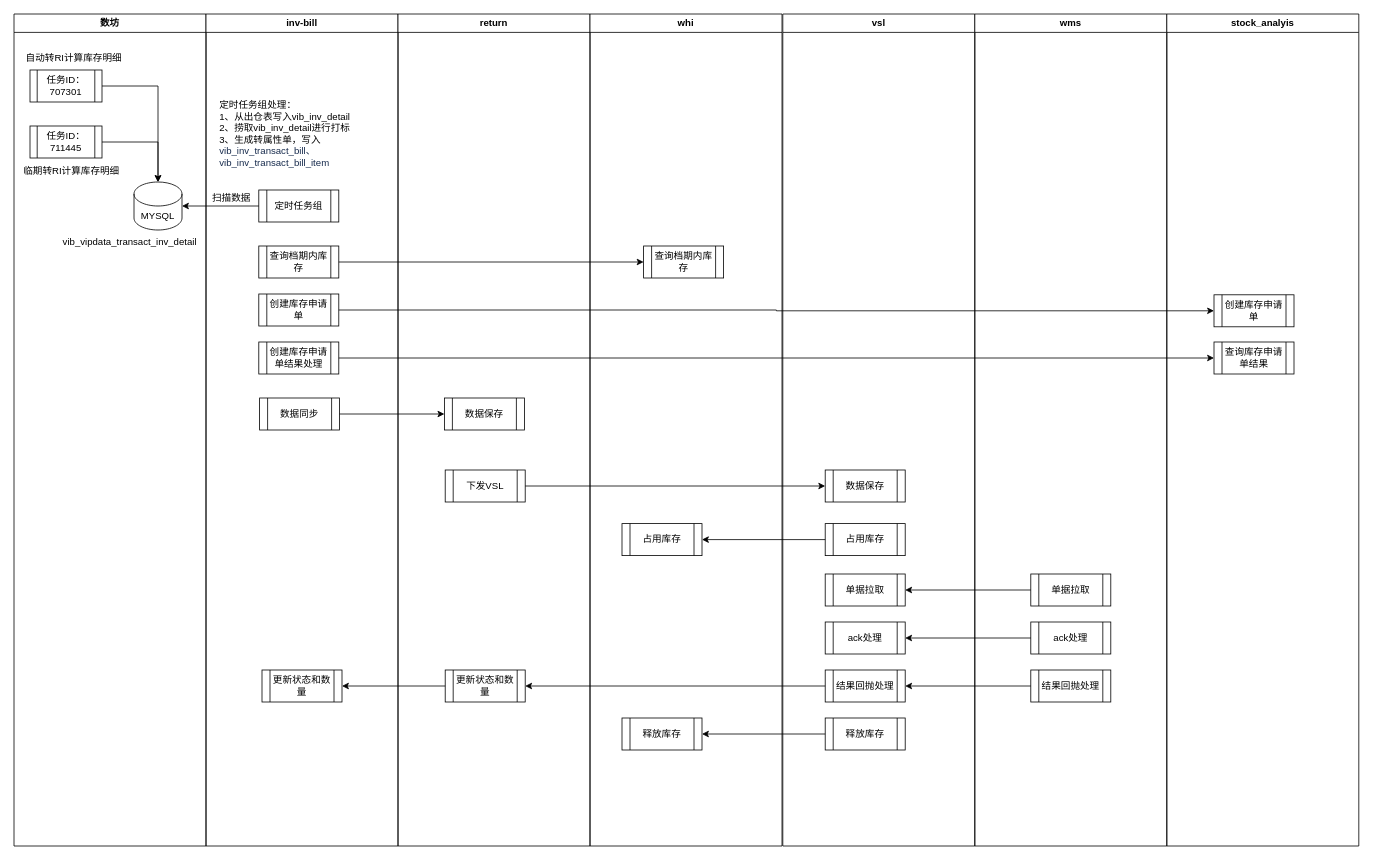
The draw.io diagram page "自动转RI" (6 of 7) of IPD.drawio in vvhard/draw_io, before the edit. Source tidied: cells renumbered, new cells numbered last; positions are measured from the earlier drawing's top-left corner, leaving out a move shared by most shapes. Both pictures are drawn from the tidied source at 80%, with x=0, y=0 at pixel (14, 14).
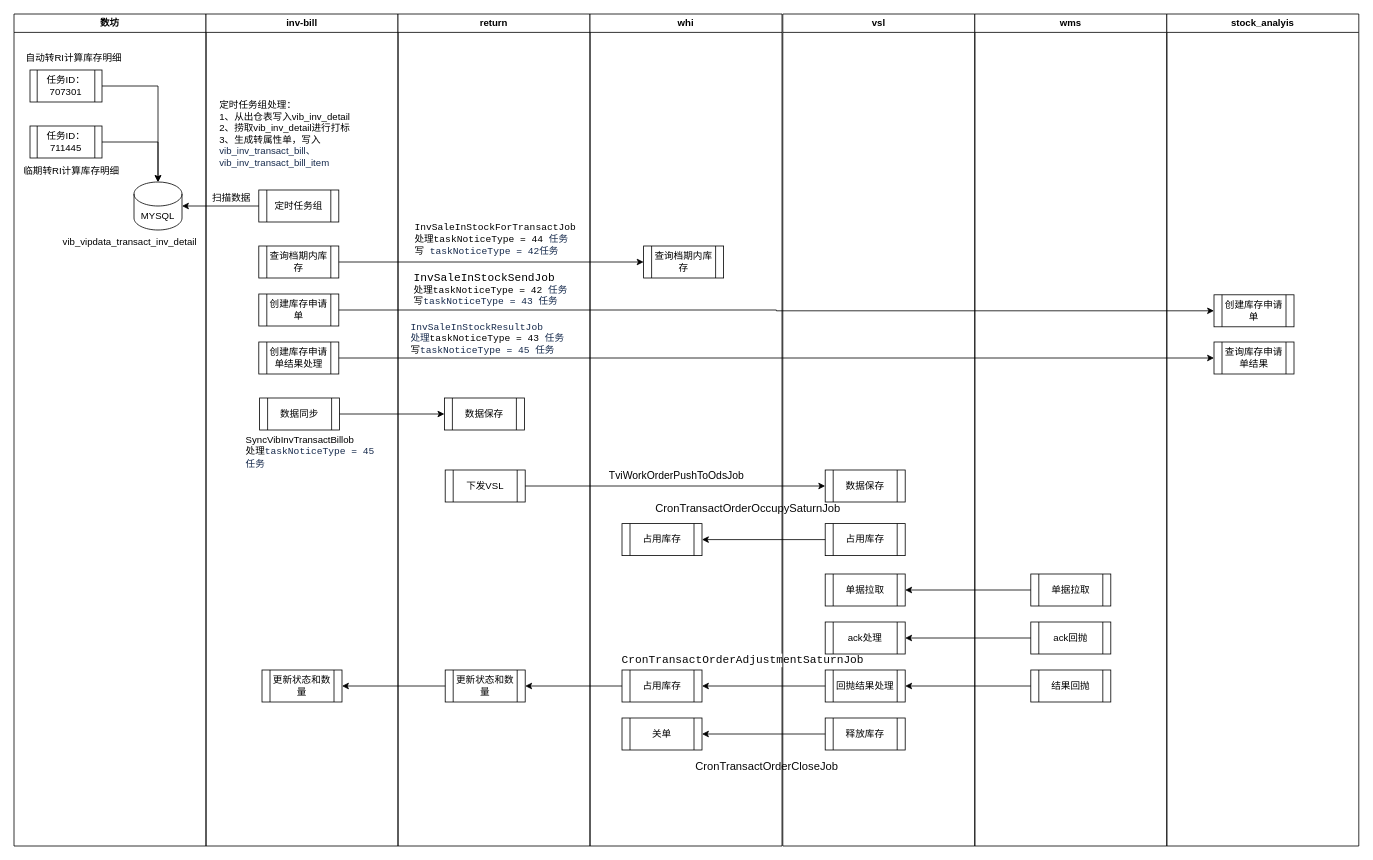
Above is the later version.

The change refers to these unchanged cells:
```xml
<mxCell id="11" value="inv-bill" style="swimlane;whiteSpace=wrap;html=1;" parent="1" vertex="1">
  <mxGeometry x="240" width="240" height="1040" as="geometry" />
</mxCell>
<mxCell id="19" value="return" style="swimlane;whiteSpace=wrap;html=1;" parent="1" vertex="1">
  <mxGeometry x="480" width="240" height="1040" as="geometry" />
</mxCell>
<mxCell id="26" value="更新状态和数量" style="shape=process;whiteSpace=wrap;html=1;backgroundOutline=1;" parent="19" vertex="1">
  <mxGeometry x="59" y="820" width="100" height="40" as="geometry" />
</mxCell>
<mxCell id="27" value="whi" style="swimlane;whiteSpace=wrap;html=1;" parent="1" vertex="1">
  <mxGeometry x="720" width="240" height="1040" as="geometry" />
</mxCell>
<mxCell id="31" value="vsl" style="swimlane;whiteSpace=wrap;html=1;" parent="1" vertex="1">
  <mxGeometry x="961" width="240" height="1040" as="geometry" />
</mxCell>
<mxCell id="38" value="wms" style="swimlane;whiteSpace=wrap;html=1;" parent="1" vertex="1">
  <mxGeometry x="1201" width="240" height="1040" as="geometry" />
</mxCell>
```

Change to the diagram source:
```diff
@@
+    <mxCell id="55" value="&lt;span style=&quot;&quot;&gt;SyncVibInvTransactBillob&lt;/span&gt;&lt;div style=&quot;&quot;&gt;处理&lt;span style=&quot;background-color: light-dark(rgb(255, 255, 255), rgb(18, 18, 18)); color: light-dark(rgb(23, 43, 77), rgb(186, 203, 232)); font-family: ConfluenceInstalledFont, monospace;&quot;&gt;taskNoticeType = 45 任务&lt;/span&gt;&lt;/div&gt;" style="text;html=1;align=left;verticalAlign=middle;whiteSpace=wrap;rounded=0;" parent="11" vertex="1">
+      <mxGeometry x="48" y="530" width="171" height="36" as="geometry" />
+    </mxCell>
@@
+    <mxCell id="56" value="&lt;pre style=&quot;margin: 0px; padding: 0px; font-family: ConfluenceInstalledFont, monospace; color: rgb(23, 43, 77); font-size: 14px; background-color: rgb(255, 255, 255);&quot;&gt;&lt;span style=&quot;color: rgb(0, 0, 0);&quot;&gt;InvSaleInStockSendJob&lt;/span&gt;&lt;/pre&gt;&lt;pre style=&quot;margin: 0px; padding: 0px; font-family: ConfluenceInstalledFont, monospace; color: rgb(23, 43, 77); font-size: 14px; background-color: rgb(255, 255, 255);&quot;&gt;&lt;span style=&quot;color: rgb(0, 0, 0);&quot;&gt;&lt;pre style=&quot;font-size: 12px; margin: 0px; padding: 0px; font-family: ConfluenceInstalledFont, monospace; color: rgb(23, 43, 77); background-color: rgb(255, 255, 255);&quot;&gt;&lt;span style=&quot;color: rgb(0, 0, 0);&quot;&gt;处理taskNoticeType = 42 &lt;/span&gt;任务&lt;/pre&gt;&lt;pre style=&quot;font-size: 12px; margin: 0px; padding: 0px; font-family: ConfluenceInstalledFont, monospace; color: rgb(23, 43, 77); background-color: rgb(255, 255, 255);&quot;&gt;&lt;span style=&quot;color: rgb(0, 0, 0);&quot;&gt;写&lt;/span&gt;taskNoticeType = 43 任务&lt;/pre&gt;&lt;/span&gt;&lt;/pre&gt;" style="text;html=1;align=left;verticalAlign=middle;whiteSpace=wrap;rounded=0;" parent="19" vertex="1">
+      <mxGeometry x="17.5" y="319" width="185" height="50" as="geometry" />
+    </mxCell>
+    <mxCell id="57" value="&lt;pre style=&quot;margin: 0px; padding: 0px; font-family: ConfluenceInstalledFont, monospace; color: rgb(23, 43, 77); background-color: rgb(255, 255, 255);&quot;&gt;&lt;span style=&quot;color: rgb(0, 0, 0);&quot;&gt;&lt;font&gt;InvSaleInStockForTransactJob &lt;/font&gt;&lt;/span&gt;&lt;/pre&gt;&lt;pre style=&quot;margin: 0px; padding: 0px; font-family: ConfluenceInstalledFont, monospace; color: rgb(23, 43, 77); background-color: rgb(255, 255, 255);&quot;&gt;&lt;span style=&quot;color: rgb(0, 0, 0);&quot;&gt;&lt;font&gt;处理taskNoticeType = 44 &lt;/font&gt;&lt;/span&gt;任务&lt;/pre&gt;&lt;pre style=&quot;margin: 0px; padding: 0px; font-family: ConfluenceInstalledFont, monospace; color: rgb(23, 43, 77); background-color: rgb(255, 255, 255);&quot;&gt;&lt;span style=&quot;color: rgb(0, 0, 0);&quot;&gt;&lt;font&gt;写 &lt;/font&gt;&lt;/span&gt;taskNoticeType = 42任务&lt;/pre&gt;" style="text;html=1;align=left;verticalAlign=middle;whiteSpace=wrap;rounded=0;" parent="19" vertex="1">
+      <mxGeometry x="19" y="260" width="180" height="43" as="geometry" />
+    </mxCell>
+    <mxCell id="58" value="&lt;pre style=&quot;font-size: 12px; margin: 0px; padding: 0px; font-family: ConfluenceInstalledFont, monospace; color: light-dark(rgb(23, 43, 77), rgb(186, 203, 232)); background-color: light-dark(rgb(255, 255, 255), rgb(18, 18, 18));&quot;&gt;InvSaleInStockResultJob&lt;br&gt;处理&lt;span style=&quot;font-family: ConfluenceInstalledFont, monospace; font-size: 12px; color: rgb(0, 0, 0);&quot;&gt;taskNoticeType = 43 &lt;/span&gt;&lt;span style=&quot;background-color: light-dark(rgb(255, 255, 255), rgb(18, 18, 18)); color: light-dark(rgb(23, 43, 77), rgb(186, 203, 232)); font-family: ConfluenceInstalledFont, monospace; font-size: 12px;&quot;&gt;任务&lt;br&gt;&lt;/span&gt;&lt;span style=&quot;color: rgb(0, 0, 0);&quot;&gt;写&lt;/span&gt;taskNoticeType = 45 任务&lt;/pre&gt;" style="text;html=1;align=left;verticalAlign=middle;whiteSpace=wrap;rounded=0;" parent="19" vertex="1">
+      <mxGeometry x="14" y="385" width="190" height="41" as="geometry" />
+    </mxCell>
@@
-    <mxCell id="30" value="释放库存" style="shape=process;whiteSpace=wrap;html=1;backgroundOutline=1;" parent="27" vertex="1">
+    <mxCell id="30" value="关单" style="shape=process;whiteSpace=wrap;html=1;backgroundOutline=1;" parent="27" vertex="1">
       <mxGeometry x="40" y="880" width="100" height="40" as="geometry" />
     </mxCell>
+    <mxCell id="59" value="&lt;pre style=&quot;margin: 10px 0px 0px; padding: 0px; color: rgb(23, 43, 77); background-color: rgb(255, 255, 255);&quot;&gt;&lt;span style=&quot;color: rgb(0, 0, 0);&quot;&gt;&lt;font style=&quot;font-size: 13px;&quot; face=&quot;Helvetica&quot;&gt;TviWorkOrderPushToOdsJob&lt;/font&gt;&lt;/span&gt;&lt;/pre&gt;" style="text;html=1;align=left;verticalAlign=middle;whiteSpace=wrap;rounded=0;" parent="27" vertex="1">
+      <mxGeometry x="22" y="560" width="190" height="26" as="geometry" />
+    </mxCell>
+    <mxCell id="60" value="&lt;pre style=&quot;margin: 10px 0px 0px; padding: 0px;&quot;&gt;&lt;pre style=&quot;margin: 10px 0px 0px; padding: 0px; font-size: 14px;&quot;&gt;&lt;span&gt;&lt;span&gt;&lt;font style=&quot;color: rgb(8, 8, 8);&quot; face=&quot;Helvetica&quot;&gt;CronTransactOrderOccupySaturnJob&lt;/font&gt;&lt;/span&gt;&lt;/span&gt;&lt;/pre&gt;&lt;/pre&gt;" style="text;html=1;align=left;verticalAlign=middle;whiteSpace=wrap;rounded=0;" parent="27" vertex="1">
+      <mxGeometry x="80" y="600" width="250" height="26" as="geometry" />
+    </mxCell>
+    <mxCell id="61" value="&lt;pre style=&quot;margin: 10px 0px 0px; padding: 0px;&quot;&gt;&lt;pre style=&quot;margin: 10px 0px 0px; padding: 0px; font-size: 14px;&quot;&gt;&lt;span&gt;&lt;span&gt;&lt;font style=&quot;color: rgb(8, 8, 8);&quot; face=&quot;Helvetica&quot;&gt;CronTransactOrderCloseJob &lt;/font&gt;&lt;/span&gt;&lt;/span&gt;&lt;/pre&gt;&lt;/pre&gt;" style="text;html=1;align=left;verticalAlign=middle;whiteSpace=wrap;rounded=0;" parent="27" vertex="1">
+      <mxGeometry x="130" y="920" width="181" height="30" as="geometry" />
+    </mxCell>
+    <mxCell id="62" value="占用库存" style="shape=process;whiteSpace=wrap;html=1;backgroundOutline=1;" parent="27" vertex="1">
+      <mxGeometry x="40" y="820" width="100" height="40" as="geometry" />
+    </mxCell>
+    <mxCell id="63" value="&lt;pre style=&quot;margin: 10px 0px 0px; padding: 0px;&quot;&gt;&lt;pre style=&quot;margin: 10px 0px 0px; padding: 0px; font-size: 14px;&quot;&gt;&lt;pre style=&quot;margin: 10px 0px 0px; padding: 0px; font-family: ConfluenceInstalledFont, monospace; background-color: rgb(255, 255, 255);&quot;&gt;&lt;span&gt;&lt;span&gt;&lt;font style=&quot;color: rgb(8, 8, 8);&quot;&gt;CronTransactOrderAdjustmentSaturnJob&lt;/font&gt;&lt;/span&gt;&lt;/span&gt;&lt;/pre&gt;&lt;/pre&gt;&lt;/pre&gt;" style="text;html=1;align=left;verticalAlign=middle;whiteSpace=wrap;rounded=0;" parent="27" vertex="1">
+      <mxGeometry x="38" y="790" width="250" height="26" as="geometry" />
+    </mxCell>
@@
-    <mxCell id="35" value="结果回抛处理" style="shape=process;whiteSpace=wrap;html=1;backgroundOutline=1;" parent="31" vertex="1">
+    <mxCell id="35" value="回抛结果处理" style="shape=process;whiteSpace=wrap;html=1;backgroundOutline=1;" parent="31" vertex="1">
       <mxGeometry x="53" y="820" width="100" height="40" as="geometry" />
     </mxCell>
@@
-    <mxCell id="40" value="ack处理" style="shape=process;whiteSpace=wrap;html=1;backgroundOutline=1;" parent="38" vertex="1">
+    <mxCell id="40" value="ack回抛" style="shape=process;whiteSpace=wrap;html=1;backgroundOutline=1;" parent="38" vertex="1">
       <mxGeometry x="70" y="760" width="100" height="40" as="geometry" />
     </mxCell>
-    <mxCell id="41" value="结果回抛处理" style="shape=process;whiteSpace=wrap;html=1;backgroundOutline=1;" parent="38" vertex="1">
+    <mxCell id="41" value="结果回抛" style="shape=process;whiteSpace=wrap;html=1;backgroundOutline=1;" parent="38" vertex="1">
       <mxGeometry x="70" y="820" width="100" height="40" as="geometry" />
     </mxCell>
@@
-    <mxCell id="53" style="edgeStyle=orthogonalEdgeStyle;rounded=0;jettySize=auto;html=1;entryX=1;entryY=0.5;entryDx=0;entryDy=0;" parent="1" edge="1" source="35" target="26">
-      <mxGeometry relative="1" as="geometry" />
-    </mxCell>
@@
+    <mxCell id="64" style="edgeStyle=orthogonalEdgeStyle;rounded=0;jettySize=auto;html=1;entryX=1;entryY=0.5;entryDx=0;entryDy=0;" parent="1" edge="1" source="35" target="62">
+      <mxGeometry relative="1" as="geometry" />
+    </mxCell>
+    <mxCell id="65" style="edgeStyle=orthogonalEdgeStyle;rounded=0;jettySize=auto;html=1;entryX=1;entryY=0.5;entryDx=0;entryDy=0;" parent="1" edge="1" source="62" target="26">
+      <mxGeometry relative="1" as="geometry" />
+    </mxCell>
```
